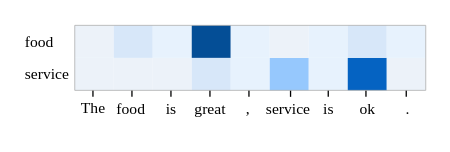
This is SemGCNAnalysis-c.drawio from zhaicao/images, a draw.io file, before an edit. Source tidied: cells renumbered, new cells numbered last; positions are measured from the earlier drawing's top-left corner, leaving out a move shared by most shapes. Both pictures are drawn from the tidied source at 130%, with x=0, y=0 at pixel (22, 21).
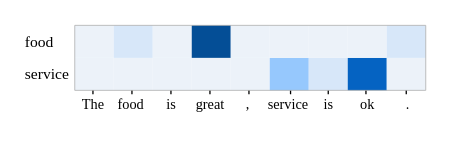
The same page after the edit.

Unchanged cells that the change refers to:
```xml
<mxCell id="13" style="whiteSpace=wrap;html=1;strokeColor=none;fillColor=#ECF2F9;fontSize=10;fontFamily=Times New Roman;" parent="1" vertex="1">
  <mxGeometry x="280" y="28" width="30" height="25" as="geometry" />
</mxCell>
<mxCell id="31" style="whiteSpace=wrap;html=1;strokeColor=none;fillColor=#ECF2F9;fontSize=10;fontFamily=Times New Roman;rounded=0;" parent="1" vertex="1">
  <mxGeometry x="40" y="3" width="30" height="25" as="geometry" />
</mxCell>
```

Diff of the diagram source:
```diff
@@
-    <mxCell id="2" value="&lt;font style=&quot;font-size: 12px;&quot;&gt;The&lt;/font&gt;" style="text;html=1;align=center;verticalAlign=middle;points=[];strokeColor=none;fillColor=none;fontSize=12;fontFamily=Times New Roman;" parent="1" vertex="1">
-      <mxGeometry x="34" y="52" width="40" height="30" as="geometry" />
-    </mxCell>
@@
-    <mxCell id="5" style="whiteSpace=wrap;html=1;strokeColor=none;fillColor=#ecf2f9;fontSize=10;fontFamily=Times New Roman;" parent="1" vertex="1">
+    <mxCell id="5" style="whiteSpace=wrap;html=1;strokeColor=none;fillColor=#ECF2F9;fontSize=10;fontFamily=Times New Roman;" parent="1" vertex="1">
       <mxGeometry x="40" y="28" width="30" height="25" as="geometry" />
     </mxCell>
@@
-    <mxCell id="8" style="whiteSpace=wrap;html=1;fillColor=#D7E7F9;strokeColor=none;fontSize=10;fontFamily=Times New Roman;" parent="1" vertex="1">
+    <mxCell id="8" style="whiteSpace=wrap;html=1;fillColor=#ECF2F9;strokeColor=none;fontSize=10;fontFamily=Times New Roman;" parent="1" vertex="1">
       <mxGeometry x="130" y="28" width="30" height="25" as="geometry" />
     </mxCell>
-    <mxCell id="9" style="whiteSpace=wrap;html=1;strokeColor=none;fillColor=#E7F2FD;fontSize=10;fontFamily=Times New Roman;" parent="1" vertex="1">
+    <mxCell id="9" style="whiteSpace=wrap;html=1;strokeColor=none;fillColor=#ECF2F9;fontSize=10;fontFamily=Times New Roman;" parent="1" vertex="1">
       <mxGeometry x="160" y="28" width="30" height="25" as="geometry" />
     </mxCell>
@@
-    <mxCell id="11" style="whiteSpace=wrap;html=1;strokeColor=none;fillColor=#E7F2FD;fontSize=10;fontFamily=Times New Roman;" parent="1" vertex="1">
+    <mxCell id="11" style="whiteSpace=wrap;html=1;strokeColor=none;fillColor=#D7E7F9;fontSize=10;fontFamily=Times New Roman;" parent="1" vertex="1">
       <mxGeometry x="220" y="28" width="30" height="25" as="geometry" />
     </mxCell>
@@
-    <mxCell id="14" value="&lt;font style=&quot;font-size: 12px;&quot;&gt;food&lt;/font&gt;" style="text;html=1;align=center;verticalAlign=middle;strokeColor=none;fillColor=none;fontSize=12;fontFamily=Times New Roman;" parent="1" vertex="1">
-      <mxGeometry x="58" y="53" width="50" height="30" as="geometry" />
-    </mxCell>
-    <mxCell id="15" value="&lt;font style=&quot;font-size: 12px;&quot;&gt;is&lt;/font&gt;" style="text;html=1;align=center;verticalAlign=middle;strokeColor=none;fillColor=none;fontSize=12;fontFamily=Times New Roman;" parent="1" vertex="1">
-      <mxGeometry x="99" y="53" width="30" height="30" as="geometry" />
-    </mxCell>
-    <mxCell id="16" value="&lt;font style=&quot;font-size: 12px;&quot;&gt;great&lt;/font&gt;" style="text;html=1;align=center;verticalAlign=middle;strokeColor=none;fillColor=none;fontSize=12;fontFamily=Times New Roman;" parent="1" vertex="1">
-      <mxGeometry x="119" y="53" width="50" height="30" as="geometry" />
-    </mxCell>
-    <mxCell id="17" value="&lt;font style=&quot;font-size: 12px;&quot;&gt;,&lt;/font&gt;" style="text;html=1;align=center;verticalAlign=middle;strokeColor=none;fillColor=none;fontSize=12;fontFamily=Times New Roman;" parent="1" vertex="1">
-      <mxGeometry x="158" y="53" width="30" height="30" as="geometry" />
-    </mxCell>
-    <mxCell id="18" value="&lt;font style=&quot;font-size: 12px;&quot;&gt;service&lt;/font&gt;" style="text;html=1;align=center;verticalAlign=middle;strokeColor=none;fillColor=none;fontSize=12;fontFamily=Times New Roman;" parent="1" vertex="1">
-      <mxGeometry x="174" y="53" width="60" height="30" as="geometry" />
-    </mxCell>
-    <mxCell id="19" value="&lt;span style=&quot;font-size: 12px;&quot;&gt;is&lt;/span&gt;" style="text;html=1;align=center;verticalAlign=middle;strokeColor=none;fillColor=none;fontSize=12;fontFamily=Times New Roman;" parent="1" vertex="1">
-      <mxGeometry x="220" y="53" width="30" height="30" as="geometry" />
-    </mxCell>
-    <mxCell id="20" value="&lt;span style=&quot;font-size: 12px;&quot;&gt;ok&lt;/span&gt;" style="text;html=1;align=center;verticalAlign=middle;strokeColor=none;fillColor=none;fontSize=12;fontFamily=Times New Roman;" parent="1" vertex="1">
-      <mxGeometry x="245" y="53" width="40" height="30" as="geometry" />
-    </mxCell>
-    <mxCell id="21" value="&lt;span style=&quot;font-size: 12px;&quot;&gt;.&lt;/span&gt;" style="text;html=1;align=center;verticalAlign=middle;strokeColor=none;fillColor=none;fontSize=12;fontFamily=Times New Roman;fontStyle=0;" parent="1" vertex="1">
-      <mxGeometry x="281" y="53" width="30" height="30" as="geometry" />
-    </mxCell>
-    <mxCell id="22" style="endArrow=none;html=1;rounded=0;fontFamily=Times New Roman;fontSize=11;strokeColor=none;" parent="1" edge="1" source="2">
+    <mxCell id="22" style="endArrow=none;html=1;rounded=0;fontFamily=Times New Roman;fontSize=11;strokeColor=none;" parent="1" edge="1">
       <mxGeometry relative="1" as="geometry">
+        <mxPoint x="54" y="52" as="sourcePoint" />
         <mxPoint x="54" y="53" as="targetPoint" />
       </mxGeometry>
     </mxCell>
-    <mxCell id="23" style="endArrow=none;html=1;rounded=0;fontFamily=Times New Roman;fontSize=11;" parent="1" edge="1">
-      <mxGeometry relative="1" as="geometry">
-        <mxPoint x="84" y="58" as="sourcePoint" />
-        <mxPoint x="84" y="53" as="targetPoint" />
-      </mxGeometry>
-    </mxCell>
-    <mxCell id="24" style="endArrow=none;html=1;rounded=0;fontFamily=Times New Roman;fontSize=11;" parent="1" edge="1">
-      <mxGeometry relative="1" as="geometry">
-        <mxPoint x="114" y="58" as="sourcePoint" />
-        <mxPoint x="114" y="53" as="targetPoint" />
-      </mxGeometry>
-    </mxCell>
-    <mxCell id="25" style="endArrow=none;html=1;rounded=0;fontFamily=Times New Roman;fontSize=11;" parent="1" edge="1">
-      <mxGeometry relative="1" as="geometry">
-        <mxPoint x="144" y="58" as="sourcePoint" />
-        <mxPoint x="144" y="53" as="targetPoint" />
-      </mxGeometry>
-    </mxCell>
-    <mxCell id="26" style="endArrow=none;html=1;rounded=0;fontFamily=Times New Roman;fontSize=11;" parent="1" edge="1">
-      <mxGeometry relative="1" as="geometry">
-        <mxPoint x="174" y="58" as="sourcePoint" />
-        <mxPoint x="174" y="53" as="targetPoint" />
-      </mxGeometry>
-    </mxCell>
-    <mxCell id="27" style="endArrow=none;html=1;rounded=0;fontFamily=Times New Roman;fontSize=11;" parent="1" edge="1">
-      <mxGeometry relative="1" as="geometry">
-        <mxPoint x="206" y="58" as="sourcePoint" />
-        <mxPoint x="206" y="53" as="targetPoint" />
-      </mxGeometry>
-    </mxCell>
-    <mxCell id="28" style="endArrow=none;html=1;rounded=0;fontFamily=Times New Roman;fontSize=11;" parent="1" edge="1">
-      <mxGeometry relative="1" as="geometry">
-        <mxPoint x="235" y="58" as="sourcePoint" />
-        <mxPoint x="235" y="53" as="targetPoint" />
-      </mxGeometry>
-    </mxCell>
-    <mxCell id="29" style="endArrow=none;html=1;rounded=0;fontFamily=Times New Roman;fontSize=11;" parent="1" edge="1">
-      <mxGeometry relative="1" as="geometry">
-        <mxPoint x="264" y="58" as="sourcePoint" />
-        <mxPoint x="264" y="53" as="targetPoint" />
-      </mxGeometry>
-    </mxCell>
-    <mxCell id="30" style="endArrow=none;html=1;rounded=0;fontFamily=Times New Roman;fontSize=11;" parent="1" edge="1">
-      <mxGeometry relative="1" as="geometry">
-        <mxPoint x="295" y="58" as="sourcePoint" />
-        <mxPoint x="295" y="53" as="targetPoint" />
-      </mxGeometry>
-    </mxCell>
@@
-    <mxCell id="33" style="whiteSpace=wrap;html=1;strokeColor=none;fillColor=#E7F2FD;fontSize=10;fontFamily=Times New Roman;rounded=0;" parent="1" vertex="1">
+    <mxCell id="33" style="whiteSpace=wrap;html=1;strokeColor=none;fillColor=#ECF2F9;fontSize=10;fontFamily=Times New Roman;rounded=0;" parent="1" vertex="1">
       <mxGeometry x="100" y="3" width="30" height="25" as="geometry" />
     </mxCell>
@@
-    <mxCell id="35" style="whiteSpace=wrap;html=1;strokeColor=none;fillColor=#E7F2FD;fontSize=10;fontFamily=Times New Roman;rounded=0;" parent="1" vertex="1">
+    <mxCell id="35" style="whiteSpace=wrap;html=1;strokeColor=none;fillColor=#ECF2F9;fontSize=10;fontFamily=Times New Roman;rounded=0;" parent="1" vertex="1">
       <mxGeometry x="160" y="3" width="30" height="25" as="geometry" />
     </mxCell>
@@
-    <mxCell id="37" style="whiteSpace=wrap;html=1;strokeColor=none;fillColor=#E7F2FD;fontSize=10;fontFamily=Times New Roman;rounded=0;" parent="1" vertex="1">
+    <mxCell id="37" style="whiteSpace=wrap;html=1;strokeColor=none;fillColor=#ECF2F9;fontSize=10;fontFamily=Times New Roman;rounded=0;" parent="1" vertex="1">
       <mxGeometry x="220" y="3" width="30" height="25" as="geometry" />
     </mxCell>
-    <mxCell id="38" style="whiteSpace=wrap;html=1;fillColor=#D7E7F9;strokeColor=none;fontSize=10;fontFamily=Times New Roman;rounded=0;" parent="1" vertex="1">
+    <mxCell id="38" style="whiteSpace=wrap;html=1;fillColor=#ECF2F9;strokeColor=none;fontSize=10;fontFamily=Times New Roman;rounded=0;" parent="1" vertex="1">
       <mxGeometry x="250" y="3" width="30" height="25" as="geometry" />
     </mxCell>
-    <mxCell id="39" style="whiteSpace=wrap;html=1;strokeColor=none;fillColor=#E7F2FD;fontSize=10;fontFamily=Times New Roman;rounded=0;" parent="1" vertex="1">
+    <mxCell id="39" style="whiteSpace=wrap;html=1;strokeColor=none;fillColor=#D7E7F9;fontSize=10;fontFamily=Times New Roman;rounded=0;" parent="1" vertex="1">
       <mxGeometry x="280" y="3" width="30" height="25" as="geometry" />
     </mxCell>
+    <mxCell id="41" style="endArrow=none;html=1;rounded=0;exitX=1;exitY=1;exitDx=0;exitDy=0;entryX=1;entryY=0;entryDx=0;entryDy=0;strokeColor=#adadad;strokeWidth=0.6;" parent="1" edge="1" source="13" target="39">
+      <mxGeometry relative="1" as="geometry" />
+    </mxCell>
+    <mxCell id="44" style="endArrow=none;html=1;rounded=0;exitX=0;exitY=0;exitDx=0;exitDy=0;entryX=0;entryY=1;entryDx=0;entryDy=0;strokeColor=#adadad;strokeWidth=0.6;" parent="1" edge="1" source="31" target="5">
+      <mxGeometry relative="1" as="geometry" />
+    </mxCell>
@@
-    <mxCell id="41" style="endArrow=none;html=1;rounded=0;exitX=1;exitY=1;exitDx=0;exitDy=0;entryX=1;entryY=0;entryDx=0;entryDy=0;strokeColor=#adadad;strokeWidth=0.6;" parent="1" edge="1" source="13" target="39">
-      <mxGeometry relative="1" as="geometry" />
-    </mxCell>
-    <mxCell id="42" style="endArrow=none;html=1;rounded=0;fontFamily=Times New Roman;fontSize=11;" parent="1" edge="1">
-      <mxGeometry relative="1" as="geometry">
-        <mxPoint x="54" y="58" as="sourcePoint" />
-        <mxPoint x="54" y="53" as="targetPoint" />
-      </mxGeometry>
-    </mxCell>
-    <mxCell id="43" style="endArrow=none;html=1;rounded=0;strokeColor=#adadad;strokeWidth=0.6;exitX=1;exitY=1;exitDx=0;exitDy=0;entryX=0;entryY=1;entryDx=0;entryDy=0;" parent="1" edge="1" source="13" target="5">
-      <mxGeometry relative="1" as="geometry" />
-    </mxCell>
-    <mxCell id="44" style="endArrow=none;html=1;rounded=0;exitX=0;exitY=0;exitDx=0;exitDy=0;entryX=0;entryY=1;entryDx=0;entryDy=0;strokeColor=#adadad;strokeWidth=0.6;" parent="1" edge="1" source="31" target="5">
-      <mxGeometry relative="1" as="geometry" />
-    </mxCell>
+    <mxCell id="45" style="endArrow=none;html=1;rounded=0;fontFamily=Times New Roman;fontSize=11;strokeColor=none;verticalAlign=bottom;" parent="1" edge="1">
+      <mxGeometry relative="1" as="geometry">
+        <mxPoint x="54" y="45" as="sourcePoint" />
+        <mxPoint x="54" y="53" as="targetPoint" />
+      </mxGeometry>
+    </mxCell>
+    <mxCell id="46" style="endArrow=none;html=1;rounded=0;fontFamily=Times New Roman;fontSize=11;verticalAlign=bottom;" parent="1" edge="1">
+      <mxGeometry relative="1" as="geometry">
+        <mxPoint x="84" y="56" as="sourcePoint" />
+        <mxPoint x="84" y="53" as="targetPoint" />
+      </mxGeometry>
+    </mxCell>
+    <mxCell id="47" style="endArrow=none;html=1;rounded=0;fontFamily=Times New Roman;fontSize=11;verticalAlign=bottom;" parent="1" edge="1">
+      <mxGeometry relative="1" as="geometry">
+        <mxPoint x="114" y="56" as="sourcePoint" />
+        <mxPoint x="114" y="53" as="targetPoint" />
+      </mxGeometry>
+    </mxCell>
+    <mxCell id="48" style="endArrow=none;html=1;rounded=0;fontFamily=Times New Roman;fontSize=11;verticalAlign=bottom;" parent="1" edge="1">
+      <mxGeometry relative="1" as="geometry">
+        <mxPoint x="144" y="56" as="sourcePoint" />
+        <mxPoint x="144" y="53" as="targetPoint" />
+      </mxGeometry>
+    </mxCell>
+    <mxCell id="49" style="endArrow=none;html=1;rounded=0;fontFamily=Times New Roman;fontSize=11;verticalAlign=bottom;" parent="1" edge="1">
+      <mxGeometry relative="1" as="geometry">
+        <mxPoint x="174" y="56" as="sourcePoint" />
+        <mxPoint x="174" y="53" as="targetPoint" />
+      </mxGeometry>
+    </mxCell>
+    <mxCell id="50" style="endArrow=none;html=1;rounded=0;fontFamily=Times New Roman;fontSize=11;verticalAlign=bottom;" parent="1" edge="1">
+      <mxGeometry relative="1" as="geometry">
+        <mxPoint x="206" y="56" as="sourcePoint" />
+        <mxPoint x="206" y="53" as="targetPoint" />
+      </mxGeometry>
+    </mxCell>
+    <mxCell id="51" style="endArrow=none;html=1;rounded=0;fontFamily=Times New Roman;fontSize=11;verticalAlign=bottom;" parent="1" edge="1">
+      <mxGeometry relative="1" as="geometry">
+        <mxPoint x="235" y="56" as="sourcePoint" />
+        <mxPoint x="235" y="53" as="targetPoint" />
+      </mxGeometry>
+    </mxCell>
+    <mxCell id="52" style="endArrow=none;html=1;rounded=0;fontFamily=Times New Roman;fontSize=11;verticalAlign=bottom;" parent="1" edge="1">
+      <mxGeometry relative="1" as="geometry">
+        <mxPoint x="264" y="56" as="sourcePoint" />
+        <mxPoint x="264" y="53" as="targetPoint" />
+      </mxGeometry>
+    </mxCell>
+    <mxCell id="53" style="endArrow=none;html=1;rounded=0;fontFamily=Times New Roman;fontSize=11;verticalAlign=bottom;" parent="1" edge="1">
+      <mxGeometry relative="1" as="geometry">
+        <mxPoint x="295" y="56" as="sourcePoint" />
+        <mxPoint x="295" y="53" as="targetPoint" />
+      </mxGeometry>
+    </mxCell>
+    <mxCell id="54" style="endArrow=none;html=1;rounded=0;fontFamily=Times New Roman;fontSize=11;verticalAlign=bottom;" parent="1" edge="1">
+      <mxGeometry relative="1" as="geometry">
+        <mxPoint x="54" y="56" as="sourcePoint" />
+        <mxPoint x="54" y="53" as="targetPoint" />
+      </mxGeometry>
+    </mxCell>
+    <mxCell id="55" style="endArrow=none;html=1;rounded=0;strokeColor=#adadad;strokeWidth=0.6;exitX=1;exitY=1;exitDx=0;exitDy=0;entryX=0;entryY=1;entryDx=0;entryDy=0;verticalAlign=bottom;" parent="1" edge="1">
+      <mxGeometry relative="1" as="geometry">
+        <mxPoint x="310" y="53" as="sourcePoint" />
+        <mxPoint x="40" y="53" as="targetPoint" />
+      </mxGeometry>
+    </mxCell>
+    <mxCell id="2" value="&lt;font style=&quot;font-size: 11px;&quot;&gt;The&lt;/font&gt;" style="text;html=1;align=center;verticalAlign=bottom;points=[];strokeColor=none;fillColor=none;fontSize=11;fontFamily=Times New Roman;" parent="1" vertex="1">
+      <mxGeometry x="34" y="43" width="40" height="30" as="geometry" />
+    </mxCell>
+    <mxCell id="14" value="&lt;font style=&quot;font-size: 11px;&quot;&gt;food&lt;/font&gt;" style="text;html=1;align=center;verticalAlign=bottom;strokeColor=none;fillColor=none;fontSize=11;fontFamily=Times New Roman;" parent="1" vertex="1">
+      <mxGeometry x="63" y="43" width="40" height="30" as="geometry" />
+    </mxCell>
+    <mxCell id="56" value="&lt;font style=&quot;font-size: 11px;&quot;&gt;is&lt;/font&gt;" style="text;html=1;align=center;verticalAlign=bottom;strokeColor=none;fillColor=none;fontSize=11;fontFamily=Times New Roman;" parent="1" vertex="1">
+      <mxGeometry x="99" y="43" width="30" height="30" as="geometry" />
+    </mxCell>
+    <mxCell id="16" value="&lt;font style=&quot;font-size: 11px;&quot;&gt;great&lt;/font&gt;" style="text;html=1;align=center;verticalAlign=bottom;strokeColor=none;fillColor=none;fontSize=11;fontFamily=Times New Roman;" parent="1" vertex="1">
+      <mxGeometry x="119" y="43" width="50" height="30" as="geometry" />
+    </mxCell>
+    <mxCell id="17" value="&lt;font style=&quot;font-size: 11px;&quot;&gt;,&lt;/font&gt;" style="text;html=1;align=center;verticalAlign=bottom;strokeColor=none;fillColor=none;fontSize=11;fontFamily=Times New Roman;" parent="1" vertex="1">
+      <mxGeometry x="158" y="43" width="30" height="30" as="geometry" />
+    </mxCell>
+    <mxCell id="18" value="&lt;font style=&quot;font-size: 11px;&quot;&gt;service&lt;/font&gt;" style="text;html=1;align=center;verticalAlign=bottom;strokeColor=none;fillColor=none;fontSize=11;fontFamily=Times New Roman;" parent="1" vertex="1">
+      <mxGeometry x="179" y="43" width="50" height="30" as="geometry" />
+    </mxCell>
+    <mxCell id="57" value="&lt;span style=&quot;font-size: 11px;&quot;&gt;is&lt;/span&gt;" style="text;html=1;align=center;verticalAlign=bottom;strokeColor=none;fillColor=none;fontSize=11;fontFamily=Times New Roman;" parent="1" vertex="1">
+      <mxGeometry x="220" y="43" width="30" height="30" as="geometry" />
+    </mxCell>
+    <mxCell id="20" value="&lt;span style=&quot;font-size: 11px;&quot;&gt;ok&lt;/span&gt;" style="text;html=1;align=center;verticalAlign=bottom;strokeColor=none;fillColor=none;fontSize=11;fontFamily=Times New Roman;" parent="1" vertex="1">
+      <mxGeometry x="250" y="43" width="30" height="30" as="geometry" />
+    </mxCell>
+    <mxCell id="21" value="&lt;span style=&quot;font-size: 11px;&quot;&gt;.&lt;/span&gt;" style="text;html=1;align=center;verticalAlign=bottom;strokeColor=none;fillColor=none;fontSize=11;fontFamily=Times New Roman;fontStyle=0;" parent="1" vertex="1">
+      <mxGeometry x="281" y="43" width="30" height="30" as="geometry" />
+    </mxCell>
```
